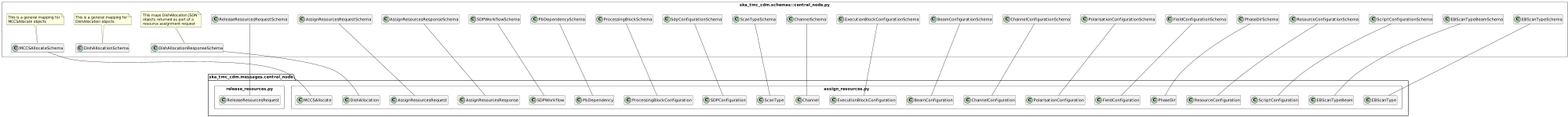
This is docs/src/developer/schema_cn.png from ska-telescope/cdm-shared-library, a PlantUML export, as it was before one commit. Source of this version:
```plantuml
@startuml
scale 2000 width
!pragma useNewPackage
hide empty members


package ska_tmc_cdm.schemas {
	package central_node.py <<Rectangle>> {
		class ReleaseResourcesRequestSchema
		class AssignResourcesRequestSchema
		class AssignResourcesResponseSchema
        class SDPWorkflowSchema
        class PbDependencySchema
        class ProcessingBlockSchema
        class SdpConfigurationSchema
        class MCCSAllocateSchema
        note top of MCCSAllocateSchema
            This is a general mapping for
            MCCSAllocate objects
        end note

		class DishAllocationSchema
		note top of DishAllocationSchema
			This is a general mapping for
			DishAllocation objects
		end note

		class DishAllocationResponseSchema
		note top of DishAllocationResponseSchema
			This maps DishAllocation JSON
			objects returned as part of a
			resource assignment request
		end note

        class ScanTypeSchema
        class ChannelSchema
        class ExecutionBlockConfigurationSchema
        class BeamConfigurationSchema
        class ChannelConfigurationSchema
        class PolarisationConfigurationSchema
        class FieldConfigurationSchema
        class PhaseDirSchema
        class ResourceConfigurationSchema
        class ScriptConfigurationSchema
        class EBScanTypeBeamSchema
        class EBScanTypeSchema
	}
}

package ska_tmc_cdm.messages.central_node {
	package assign_resources.py <<Rectangle>> {
		class AssignResourcesRequest
		class AssignResourcesResponse
		class DishAllocation
        class ScanType
        class SDPWorkflow
        class PbDependency
        class ProcessingBlockConfiguration
        class SDPConfiguration
        class MCCSAllocate
        class Channel
        class ExecutionBlockConfiguration
        class BeamConfiguration
        class ChannelConfiguration
        class PolarisationConfiguration
        class FieldConfiguration
        class PhaseDir
        class ResourceConfiguration
        class ScriptConfiguration
        class EBScanTypeBeam
        class EBScanType
	}

	package release_resources.py <<Rectangle>> {
		class ReleaseResourcesRequest
	}
}

DishAllocationResponseSchema --- DishAllocation
AssignResourcesRequestSchema --- AssignResourcesRequest
AssignResourcesResponseSchema --- AssignResourcesResponse
ReleaseResourcesRequestSchema --- ReleaseResourcesRequest
ScanTypeSchema --- ScanType
SDPWorkflowSchema --- SDPWorkflow
PbDependencySchema --- PbDependency
ProcessingBlockSchema --- ProcessingBlockConfiguration
SdpConfigurationSchema --- SDPConfiguration
MCCSAllocateSchema --- MCCSAllocate
ChannelSchema --- Channel
ExecutionBlockConfigurationSchema --- ExecutionBlockConfiguration
BeamConfigurationSchema --- BeamConfiguration
ChannelConfigurationSchema -- ChannelConfiguration
PolarisationConfigurationSchema -- PolarisationConfiguration
FieldConfigurationSchema --- FieldConfiguration
PhaseDirSchema --- PhaseDir
ResourceConfigurationSchema --- ResourceConfiguration
ScriptConfigurationSchema --- ScriptConfiguration
EBScanTypeBeamSchema --- EBScanTypeBeam
EBScanTypeSchema --- EBScanType
@enduml
```
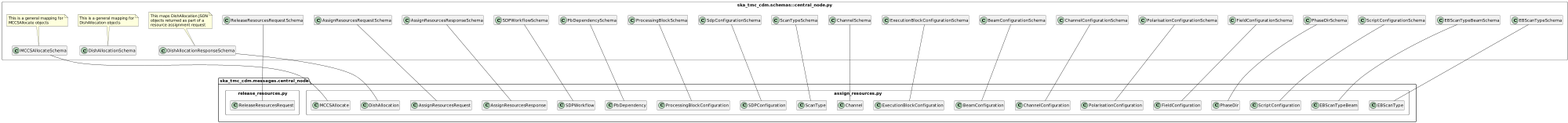
The same diagram one commit later.

Commit message:
NAK-111 Change the Datatype of Resources and removed ResourceConfiguration from messages and schema

The edit, as a diff of the source:
```diff
@@ -40,7 +40,6 @@
         class PolarisationConfigurationSchema
         class FieldConfigurationSchema
         class PhaseDirSchema
-        class ResourceConfigurationSchema
         class ScriptConfigurationSchema
         class EBScanTypeBeamSchema
         class EBScanTypeSchema
@@ -65,7 +64,6 @@
         class PolarisationConfiguration
         class FieldConfiguration
         class PhaseDir
-        class ResourceConfiguration
         class ScriptConfiguration
         class EBScanTypeBeam
         class EBScanType
@@ -93,7 +91,6 @@
 PolarisationConfigurationSchema -- PolarisationConfiguration
 FieldConfigurationSchema --- FieldConfiguration
 PhaseDirSchema --- PhaseDir
-ResourceConfigurationSchema --- ResourceConfiguration
 ScriptConfigurationSchema --- ScriptConfiguration
 EBScanTypeBeamSchema --- EBScanTypeBeam
 EBScanTypeSchema --- EBScanType
```
